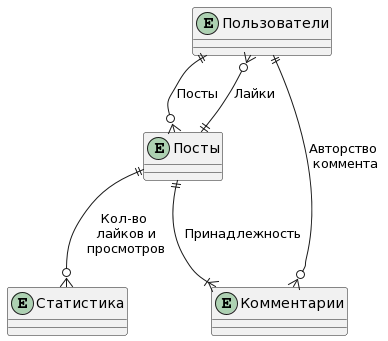
The PlantUML diagram doc/ER-diagram.png in ramses44/soa-project, before a commit. Its source is kept beside it as doc/ER-diagram.puml.
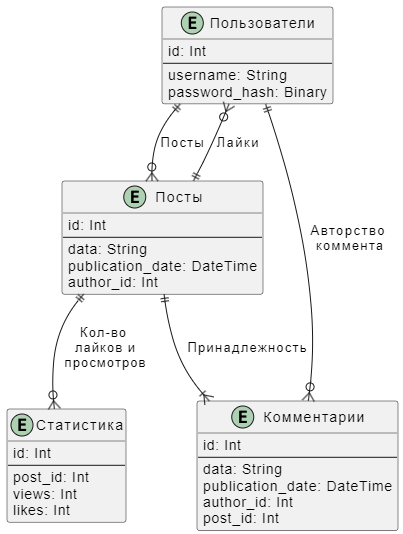
The same file after the commit.

The edit, as a diff of the source:
```diff
@@ -1,9 +1,36 @@
 @startuml
 
-entity "Посты" as posts
-entity "Пользователи" as users
-entity "Комментарии" as comments
-entity "Статистика" as stats
+entity "Посты" as posts {
+    id: Int
+    --
+    data: String
+    publication_date: DateTime
+    author_id: Int
+}
+
+entity "Пользователи" as users {
+    id: Int
+    --
+    username: String
+    password_hash: Binary
+}
+
+entity "Комментарии" as comments {
+    id: Int
+    --
+    data: String
+    publication_date: DateTime
+    author_id: Int
+    post_id: Int
+}
+
+entity "Статистика" as stats {
+    id: Int
+    --
+    post_id: Int
+    views: Int
+    likes: Int
+}
 
 users ||--o{ posts : Посты
 users }o--|| posts : Лайки
```
